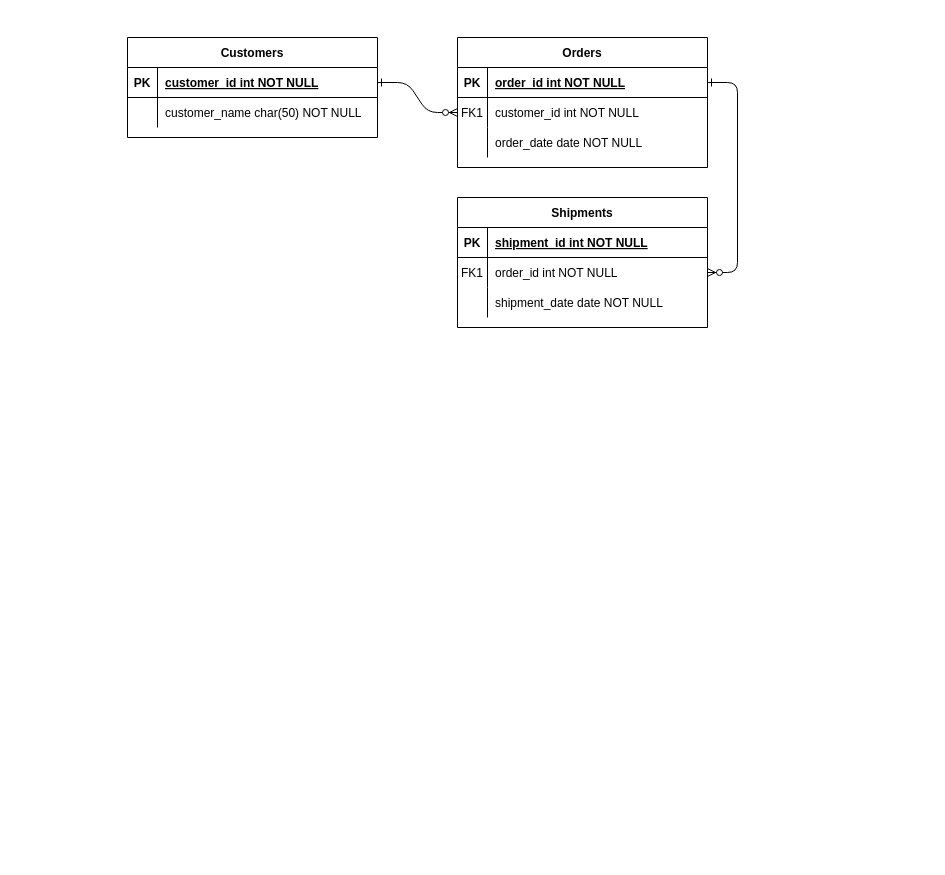
cristian19122001/modelare_db keeps this draw.io diagram as Untitled Diagram.drawio. Above is the earlier version. Source tidied: cells renumbered, new cells numbered last; positions are measured from the earlier drawing's top-left corner, leaving out a move shared by most shapes. Both pictures are drawn from the tidied source at 100%, with x=0, y=0 at pixel (127, 37).
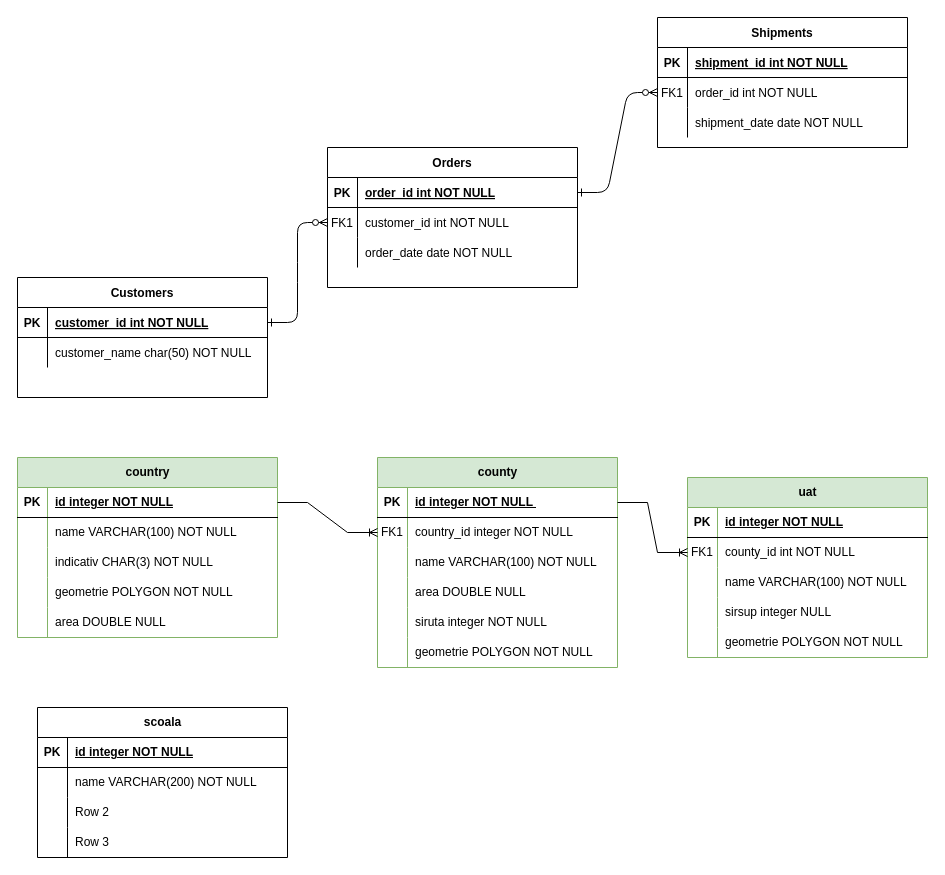
Above is the later version.

Diff of the diagram source:
```diff
@@
     <mxCell id="4" value="Orders" style="shape=table;startSize=30;childLayout=tableLayout;rowLines=0;fontStyle=1;align=center;" parent="1" vertex="1">
-      <mxGeometry x="330" width="250" height="130" as="geometry" />
+      <mxGeometry x="200" y="110" width="250" height="140" as="geometry" />
     </mxCell>
@@
     <mxCell id="14" value="Shipments" style="shape=table;startSize=30;childLayout=tableLayout;rowLines=0;fontStyle=1;align=center;" parent="1" vertex="1">
-      <mxGeometry x="330" y="160" width="250" height="130" as="geometry" />
+      <mxGeometry x="530" y="-20" width="250" height="130" as="geometry" />
     </mxCell>
@@
     <mxCell id="24" value="Customers" style="shape=table;startSize=30;childLayout=tableLayout;rowLines=0;fontStyle=1;align=center;" parent="1" vertex="1">
-      <mxGeometry width="250" height="100" as="geometry" />
+      <mxGeometry x="-110" y="240" width="250" height="120" as="geometry" />
     </mxCell>
@@
+    <mxCell id="31" value="country" style="shape=table;startSize=30;childLayout=tableLayout;rowLines=0;fontStyle=1;align=center;html=1;fillColor=#d5e8d4;strokeColor=#82b366;" parent="1" vertex="1">
+      <mxGeometry x="-110" y="420" width="260" height="180" as="geometry" />
+    </mxCell>
+    <mxCell id="32" style="shape=tableRow;horizontal=0;startSize=0;swimlaneHead=0;swimlaneBody=0;fillColor=none;points=[[0,0.5],[1,0.5]];portConstraint=eastwest;top=0;left=0;right=0;bottom=1;" parent="31" vertex="1">
+      <mxGeometry y="30" width="260" height="30" as="geometry" />
+    </mxCell>
+    <mxCell id="33" value="PK" style="shape=partialRectangle;fillColor=none;top=0;left=0;bottom=0;right=0;fontStyle=1;overflow=hidden;whiteSpace=wrap;html=1;" parent="32" vertex="1">
+      <mxGeometry width="30" height="30" as="geometry" />
+    </mxCell>
+    <mxCell id="34" value="id integer NOT NULL" style="shape=partialRectangle;fillColor=none;top=0;left=0;bottom=0;right=0;align=left;spacingLeft=6;fontStyle=5;overflow=hidden;whiteSpace=wrap;html=1;" parent="32" vertex="1">
+      <mxGeometry x="30" width="230" height="30" as="geometry" />
+    </mxCell>
+    <mxCell id="35" style="shape=tableRow;horizontal=0;startSize=0;swimlaneHead=0;swimlaneBody=0;fillColor=none;top=0;left=0;right=0;bottom=0;" parent="31" vertex="1">
+      <mxGeometry y="60" width="260" height="30" as="geometry" />
+    </mxCell>
+    <mxCell id="36" style="shape=partialRectangle;fillColor=none;top=0;left=0;bottom=0;right=0;overflow=hidden;whiteSpace=wrap;html=1;" parent="35" vertex="1">
+      <mxGeometry width="30" height="30" as="geometry" />
+    </mxCell>
+    <mxCell id="37" value="name VARCHAR(100) NOT NULL" style="shape=partialRectangle;fillColor=none;top=0;left=0;bottom=0;right=0;align=left;spacingLeft=6;overflow=hidden;whiteSpace=wrap;html=1;" parent="35" vertex="1">
+      <mxGeometry x="30" width="230" height="30" as="geometry" />
+    </mxCell>
+    <mxCell id="38" style="shape=tableRow;horizontal=0;startSize=0;swimlaneHead=0;swimlaneBody=0;fillColor=none;top=0;left=0;right=0;bottom=0;" parent="31" vertex="1">
+      <mxGeometry y="90" width="260" height="30" as="geometry" />
+    </mxCell>
+    <mxCell id="39" style="shape=partialRectangle;fillColor=none;top=0;left=0;bottom=0;right=0;overflow=hidden;whiteSpace=wrap;html=1;" parent="38" vertex="1">
+      <mxGeometry width="30" height="30" as="geometry" />
+    </mxCell>
+    <mxCell id="40" value="indicativ CHAR(3) NOT NULL" style="shape=partialRectangle;fillColor=none;top=0;left=0;bottom=0;right=0;align=left;spacingLeft=6;overflow=hidden;whiteSpace=wrap;html=1;" parent="38" vertex="1">
+      <mxGeometry x="30" width="230" height="30" as="geometry" />
+    </mxCell>
+    <mxCell id="41" style="shape=tableRow;horizontal=0;startSize=0;swimlaneHead=0;swimlaneBody=0;fillColor=none;top=0;left=0;right=0;bottom=0;" parent="31" vertex="1">
+      <mxGeometry y="120" width="260" height="30" as="geometry" />
+    </mxCell>
+    <mxCell id="42" style="shape=partialRectangle;fillColor=none;top=0;left=0;bottom=0;right=0;overflow=hidden;whiteSpace=wrap;html=1;" parent="41" vertex="1">
+      <mxGeometry width="30" height="30" as="geometry" />
+    </mxCell>
+    <mxCell id="43" value="geometrie POLYGON NOT NULL" style="shape=partialRectangle;fillColor=none;top=0;left=0;bottom=0;right=0;align=left;spacingLeft=6;overflow=hidden;whiteSpace=wrap;html=1;" parent="41" vertex="1">
+      <mxGeometry x="30" width="230" height="30" as="geometry" />
+    </mxCell>
+    <mxCell id="44" style="shape=tableRow;horizontal=0;startSize=0;swimlaneHead=0;swimlaneBody=0;fillColor=none;top=0;left=0;right=0;bottom=0;" parent="31" vertex="1">
+      <mxGeometry y="150" width="260" height="30" as="geometry" />
+    </mxCell>
+    <mxCell id="45" style="shape=partialRectangle;fillColor=none;top=0;left=0;bottom=0;right=0;overflow=hidden;whiteSpace=wrap;html=1;" parent="44" vertex="1">
+      <mxGeometry width="30" height="30" as="geometry" />
+    </mxCell>
+    <mxCell id="46" value="area DOUBLE NULL" style="shape=partialRectangle;fillColor=none;top=0;left=0;bottom=0;right=0;align=left;spacingLeft=6;overflow=hidden;whiteSpace=wrap;html=1;" parent="44" vertex="1">
+      <mxGeometry x="30" width="230" height="30" as="geometry" />
+    </mxCell>
+    <mxCell id="47" value="county" style="shape=table;startSize=30;childLayout=tableLayout;rowLines=0;fontStyle=1;align=center;html=1;fillColor=#d5e8d4;strokeColor=#82b366;" parent="1" vertex="1">
+      <mxGeometry x="250" y="420" width="240" height="210" as="geometry" />
+    </mxCell>
+    <mxCell id="48" style="shape=tableRow;horizontal=0;startSize=0;swimlaneHead=0;swimlaneBody=0;fillColor=none;points=[[0,0.5],[1,0.5]];portConstraint=eastwest;top=0;left=0;right=0;bottom=1;" parent="47" vertex="1">
+      <mxGeometry y="30" width="240" height="30" as="geometry" />
+    </mxCell>
+    <mxCell id="49" value="PK" style="shape=partialRectangle;fillColor=none;top=0;left=0;bottom=0;right=0;fontStyle=1;overflow=hidden;whiteSpace=wrap;html=1;" parent="48" vertex="1">
+      <mxGeometry width="30" height="30" as="geometry" />
+    </mxCell>
+    <mxCell id="50" value="id integer NOT NULL&amp;nbsp;" style="shape=partialRectangle;fillColor=none;top=0;left=0;bottom=0;right=0;align=left;spacingLeft=6;fontStyle=5;overflow=hidden;whiteSpace=wrap;html=1;" parent="48" vertex="1">
+      <mxGeometry x="30" width="210" height="30" as="geometry" />
+    </mxCell>
+    <mxCell id="51" style="shape=tableRow;horizontal=0;startSize=0;swimlaneHead=0;swimlaneBody=0;fillColor=none;points=[[0,0.5],[1,0.5]];portConstraint=eastwest;top=0;left=0;right=0;bottom=0;" parent="47" vertex="1">
+      <mxGeometry y="60" width="240" height="30" as="geometry" />
+    </mxCell>
+    <mxCell id="52" value="FK1" style="shape=partialRectangle;fillColor=none;top=0;left=0;bottom=0;right=0;overflow=hidden;whiteSpace=wrap;html=1;" parent="51" vertex="1">
+      <mxGeometry width="30" height="30" as="geometry" />
+    </mxCell>
+    <mxCell id="53" value="country_id integer NOT NULL" style="shape=partialRectangle;fillColor=none;top=0;left=0;bottom=0;right=0;align=left;spacingLeft=6;overflow=hidden;whiteSpace=wrap;html=1;" parent="51" vertex="1">
+      <mxGeometry x="30" width="210" height="30" as="geometry" />
+    </mxCell>
+    <mxCell id="54" style="shape=tableRow;horizontal=0;startSize=0;swimlaneHead=0;swimlaneBody=0;fillColor=none;top=0;left=0;right=0;bottom=0;" parent="47" vertex="1">
+      <mxGeometry y="90" width="240" height="30" as="geometry" />
+    </mxCell>
+    <mxCell id="55" style="shape=partialRectangle;fillColor=none;top=0;left=0;bottom=0;right=0;overflow=hidden;whiteSpace=wrap;html=1;" parent="54" vertex="1">
+      <mxGeometry width="30" height="30" as="geometry" />
+    </mxCell>
+    <mxCell id="56" value="name VARCHAR(100) NOT NULL" style="shape=partialRectangle;fillColor=none;top=0;left=0;bottom=0;right=0;align=left;spacingLeft=6;overflow=hidden;whiteSpace=wrap;html=1;" parent="54" vertex="1">
+      <mxGeometry x="30" width="210" height="30" as="geometry" />
+    </mxCell>
+    <mxCell id="57" style="shape=tableRow;horizontal=0;startSize=0;swimlaneHead=0;swimlaneBody=0;fillColor=none;top=0;left=0;right=0;bottom=0;" parent="47" vertex="1">
+      <mxGeometry y="120" width="240" height="30" as="geometry" />
+    </mxCell>
+    <mxCell id="58" style="shape=partialRectangle;fillColor=none;top=0;left=0;bottom=0;right=0;overflow=hidden;whiteSpace=wrap;html=1;" parent="57" vertex="1">
+      <mxGeometry width="30" height="30" as="geometry" />
+    </mxCell>
+    <mxCell id="59" value="area DOUBLE NULL" style="shape=partialRectangle;fillColor=none;top=0;left=0;bottom=0;right=0;align=left;spacingLeft=6;overflow=hidden;whiteSpace=wrap;html=1;" parent="57" vertex="1">
+      <mxGeometry x="30" width="210" height="30" as="geometry" />
+    </mxCell>
+    <mxCell id="60" style="shape=tableRow;horizontal=0;startSize=0;swimlaneHead=0;swimlaneBody=0;fillColor=none;top=0;left=0;right=0;bottom=0;" parent="47" vertex="1">
+      <mxGeometry y="150" width="240" height="30" as="geometry" />
+    </mxCell>
+    <mxCell id="61" style="shape=partialRectangle;fillColor=none;top=0;left=0;bottom=0;right=0;overflow=hidden;whiteSpace=wrap;html=1;" parent="60" vertex="1">
+      <mxGeometry width="30" height="30" as="geometry" />
+    </mxCell>
+    <mxCell id="62" value="siruta integer NOT NULL" style="shape=partialRectangle;fillColor=none;top=0;left=0;bottom=0;right=0;align=left;spacingLeft=6;overflow=hidden;whiteSpace=wrap;html=1;" parent="60" vertex="1">
+      <mxGeometry x="30" width="210" height="30" as="geometry" />
+    </mxCell>
+    <mxCell id="63" style="shape=tableRow;horizontal=0;startSize=0;swimlaneHead=0;swimlaneBody=0;fillColor=none;top=0;left=0;right=0;bottom=0;" parent="47" vertex="1">
+      <mxGeometry y="180" width="240" height="30" as="geometry" />
+    </mxCell>
+    <mxCell id="64" style="shape=partialRectangle;fillColor=none;top=0;left=0;bottom=0;right=0;overflow=hidden;whiteSpace=wrap;html=1;" parent="63" vertex="1">
+      <mxGeometry width="30" height="30" as="geometry" />
+    </mxCell>
+    <mxCell id="65" value="geometrie POLYGON NOT NULL" style="shape=partialRectangle;fillColor=none;top=0;left=0;bottom=0;right=0;align=left;spacingLeft=6;overflow=hidden;whiteSpace=wrap;html=1;" parent="63" vertex="1">
+      <mxGeometry x="30" width="210" height="30" as="geometry" />
+    </mxCell>
+    <mxCell id="66" style="edgeStyle=entityRelationEdgeStyle;fontSize=12;html=1;endArrow=ERoneToMany;rounded=0;exitX=1;exitY=0.5;exitDx=0;exitDy=0;entryX=0;entryY=0.5;entryDx=0;entryDy=0;" parent="1" edge="1" source="32" target="51">
+      <mxGeometry relative="1" as="geometry" />
+    </mxCell>
+    <mxCell id="67" value="uat" style="shape=table;startSize=30;childLayout=tableLayout;rowLines=0;fontStyle=1;align=center;html=1;fillColor=#d5e8d4;strokeColor=#82b366;" parent="1" vertex="1">
+      <mxGeometry x="560" y="440" width="240" height="180" as="geometry" />
+    </mxCell>
+    <mxCell id="68" style="shape=tableRow;horizontal=0;startSize=0;swimlaneHead=0;swimlaneBody=0;fillColor=none;top=0;left=0;right=0;bottom=1;" parent="67" vertex="1">
+      <mxGeometry y="30" width="240" height="30" as="geometry" />
+    </mxCell>
+    <mxCell id="69" value="PK" style="shape=partialRectangle;fillColor=none;top=0;left=0;bottom=0;right=0;fontStyle=1;overflow=hidden;whiteSpace=wrap;html=1;" parent="68" vertex="1">
+      <mxGeometry width="30" height="30" as="geometry" />
+    </mxCell>
+    <mxCell id="70" value="id integer NOT NULL" style="shape=partialRectangle;fillColor=none;top=0;left=0;bottom=0;right=0;align=left;spacingLeft=6;fontStyle=5;overflow=hidden;whiteSpace=wrap;html=1;" parent="68" vertex="1">
+      <mxGeometry x="30" width="210" height="30" as="geometry" />
+    </mxCell>
+    <mxCell id="71" style="shape=tableRow;horizontal=0;startSize=0;swimlaneHead=0;swimlaneBody=0;fillColor=none;points=[[0,0.5],[1,0.5]];portConstraint=eastwest;top=0;left=0;right=0;bottom=0;" parent="67" vertex="1">
+      <mxGeometry y="60" width="240" height="30" as="geometry" />
+    </mxCell>
+    <mxCell id="72" value="FK1" style="shape=partialRectangle;fillColor=none;top=0;left=0;bottom=0;right=0;overflow=hidden;whiteSpace=wrap;html=1;" parent="71" vertex="1">
+      <mxGeometry width="30" height="30" as="geometry" />
+    </mxCell>
+    <mxCell id="73" value="county_id int NOT NULL" style="shape=partialRectangle;fillColor=none;top=0;left=0;bottom=0;right=0;align=left;spacingLeft=6;overflow=hidden;whiteSpace=wrap;html=1;" parent="71" vertex="1">
+      <mxGeometry x="30" width="210" height="30" as="geometry" />
+    </mxCell>
+    <mxCell id="74" style="shape=tableRow;horizontal=0;startSize=0;swimlaneHead=0;swimlaneBody=0;fillColor=none;top=0;left=0;right=0;bottom=0;" parent="67" vertex="1">
+      <mxGeometry y="90" width="240" height="30" as="geometry" />
+    </mxCell>
+    <mxCell id="75" style="shape=partialRectangle;fillColor=none;top=0;left=0;bottom=0;right=0;overflow=hidden;whiteSpace=wrap;html=1;" parent="74" vertex="1">
+      <mxGeometry width="30" height="30" as="geometry" />
+    </mxCell>
+    <mxCell id="76" value="name VARCHAR(100) NOT NULL" style="shape=partialRectangle;fillColor=none;top=0;left=0;bottom=0;right=0;align=left;spacingLeft=6;overflow=hidden;whiteSpace=wrap;html=1;" parent="74" vertex="1">
+      <mxGeometry x="30" width="210" height="30" as="geometry" />
+    </mxCell>
+    <mxCell id="77" style="shape=tableRow;horizontal=0;startSize=0;swimlaneHead=0;swimlaneBody=0;fillColor=none;top=0;left=0;right=0;bottom=0;" parent="67" vertex="1">
+      <mxGeometry y="120" width="240" height="30" as="geometry" />
+    </mxCell>
+    <mxCell id="78" style="shape=partialRectangle;fillColor=none;top=0;left=0;bottom=0;right=0;overflow=hidden;whiteSpace=wrap;html=1;" parent="77" vertex="1">
+      <mxGeometry width="30" height="30" as="geometry" />
+    </mxCell>
+    <mxCell id="79" value="sirsup integer NULL" style="shape=partialRectangle;fillColor=none;top=0;left=0;bottom=0;right=0;align=left;spacingLeft=6;overflow=hidden;whiteSpace=wrap;html=1;" parent="77" vertex="1">
+      <mxGeometry x="30" width="210" height="30" as="geometry" />
+    </mxCell>
+    <mxCell id="80" style="shape=tableRow;horizontal=0;startSize=0;swimlaneHead=0;swimlaneBody=0;fillColor=none;top=0;left=0;right=0;bottom=0;" parent="67" vertex="1">
+      <mxGeometry y="150" width="240" height="30" as="geometry" />
+    </mxCell>
+    <mxCell id="81" style="shape=partialRectangle;fillColor=none;top=0;left=0;bottom=0;right=0;overflow=hidden;whiteSpace=wrap;html=1;" parent="80" vertex="1">
+      <mxGeometry width="30" height="30" as="geometry" />
+    </mxCell>
+    <mxCell id="82" value="geometrie POLYGON NOT NULL" style="shape=partialRectangle;fillColor=none;top=0;left=0;bottom=0;right=0;align=left;spacingLeft=6;overflow=hidden;whiteSpace=wrap;html=1;" parent="80" vertex="1">
+      <mxGeometry x="30" width="210" height="30" as="geometry" />
+    </mxCell>
+    <mxCell id="83" style="edgeStyle=entityRelationEdgeStyle;fontSize=12;html=1;endArrow=ERoneToMany;rounded=0;exitX=1;exitY=0.5;exitDx=0;exitDy=0;entryX=0;entryY=0.5;entryDx=0;entryDy=0;" parent="1" edge="1" source="48" target="71">
+      <mxGeometry relative="1" as="geometry" />
+    </mxCell>
+    <mxCell id="84" value="scoala" style="shape=table;startSize=30;childLayout=tableLayout;rowLines=0;fontStyle=1;align=center;html=1;" parent="1" vertex="1">
+      <mxGeometry x="-90" y="670" width="250" height="150" as="geometry" />
+    </mxCell>
+    <mxCell id="85" style="shape=tableRow;horizontal=0;startSize=0;swimlaneHead=0;swimlaneBody=0;fillColor=none;top=0;left=0;right=0;bottom=1;" parent="84" vertex="1">
+      <mxGeometry y="30" width="250" height="30" as="geometry" />
+    </mxCell>
+    <mxCell id="86" value="PK" style="shape=partialRectangle;fillColor=none;top=0;left=0;bottom=0;right=0;fontStyle=1;overflow=hidden;whiteSpace=wrap;html=1;" parent="85" vertex="1">
+      <mxGeometry width="30" height="30" as="geometry" />
+    </mxCell>
+    <mxCell id="87" value="id integer NOT NULL" style="shape=partialRectangle;fillColor=none;top=0;left=0;bottom=0;right=0;align=left;spacingLeft=6;fontStyle=5;overflow=hidden;whiteSpace=wrap;html=1;" parent="85" vertex="1">
+      <mxGeometry x="30" width="220" height="30" as="geometry" />
+    </mxCell>
+    <mxCell id="88" style="shape=tableRow;horizontal=0;startSize=0;swimlaneHead=0;swimlaneBody=0;fillColor=none;top=0;left=0;right=0;bottom=0;" parent="84" vertex="1">
+      <mxGeometry y="60" width="250" height="30" as="geometry" />
+    </mxCell>
+    <mxCell id="89" style="shape=partialRectangle;fillColor=none;top=0;left=0;bottom=0;right=0;overflow=hidden;whiteSpace=wrap;html=1;" parent="88" vertex="1">
+      <mxGeometry width="30" height="30" as="geometry" />
+    </mxCell>
+    <mxCell id="90" value="name VARCHAR(200) NOT NULL" style="shape=partialRectangle;fillColor=none;top=0;left=0;bottom=0;right=0;align=left;spacingLeft=6;overflow=hidden;whiteSpace=wrap;html=1;" parent="88" vertex="1">
+      <mxGeometry x="30" width="220" height="30" as="geometry" />
+    </mxCell>
+    <mxCell id="91" style="shape=tableRow;horizontal=0;startSize=0;swimlaneHead=0;swimlaneBody=0;fillColor=none;top=0;left=0;right=0;bottom=0;" parent="84" vertex="1">
+      <mxGeometry y="90" width="250" height="30" as="geometry" />
+    </mxCell>
+    <mxCell id="92" style="shape=partialRectangle;fillColor=none;top=0;left=0;bottom=0;right=0;overflow=hidden;whiteSpace=wrap;html=1;" parent="91" vertex="1">
+      <mxGeometry width="30" height="30" as="geometry" />
+    </mxCell>
+    <mxCell id="93" value="Row 2" style="shape=partialRectangle;fillColor=none;top=0;left=0;bottom=0;right=0;align=left;spacingLeft=6;overflow=hidden;whiteSpace=wrap;html=1;" parent="91" vertex="1">
+      <mxGeometry x="30" width="220" height="30" as="geometry" />
+    </mxCell>
+    <mxCell id="94" style="shape=tableRow;horizontal=0;startSize=0;swimlaneHead=0;swimlaneBody=0;fillColor=none;top=0;left=0;right=0;bottom=0;" parent="84" vertex="1">
+      <mxGeometry y="120" width="250" height="30" as="geometry" />
+    </mxCell>
+    <mxCell id="95" style="shape=partialRectangle;fillColor=none;top=0;left=0;bottom=0;right=0;overflow=hidden;whiteSpace=wrap;html=1;" parent="94" vertex="1">
+      <mxGeometry width="30" height="30" as="geometry" />
+    </mxCell>
+    <mxCell id="96" value="Row 3" style="shape=partialRectangle;fillColor=none;top=0;left=0;bottom=0;right=0;align=left;spacingLeft=6;overflow=hidden;whiteSpace=wrap;html=1;" parent="94" vertex="1">
+      <mxGeometry x="30" width="220" height="30" as="geometry" />
+    </mxCell>
```
